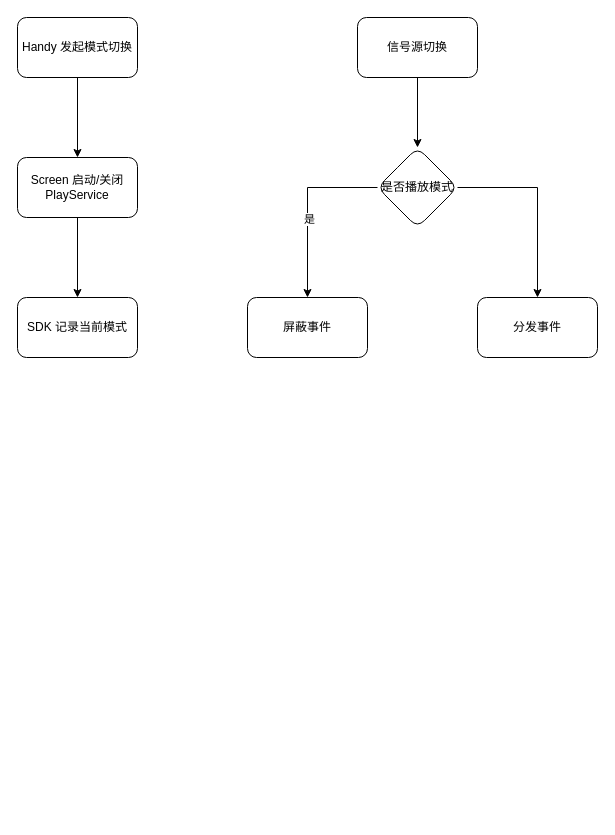
This is MeeBox模式切换.drawio from T-Oner/draw-io, a draw.io file, before an edit. Source tidied: cells renumbered, new cells numbered last; positions are measured from the earlier drawing's top-left corner, leaving out a move shared by most shapes. Both pictures are drawn from the tidied source at 100%, with x=0, y=0 at pixel (17, 17).
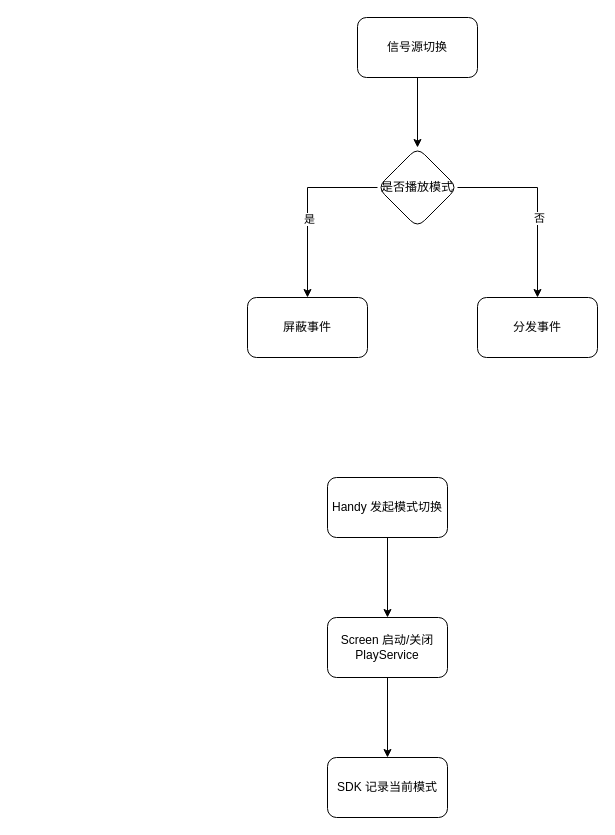
The same page after the edit.

Commit message:
更新MeeBox模式切换.drawio

Change to the diagram source:
```diff
@@
 <mxGraphModel>
   <root>
     <mxCell id="0" />
     <mxCell id="1" parent="0" />
     <mxCell id="2" style="edgeStyle=orthogonalEdgeStyle;rounded=0;jettySize=auto;html=1;" parent="1" edge="1" source="3" target="5">
       <mxGeometry relative="1" as="geometry" />
     </mxCell>
     <mxCell id="3" value="Handy 发起模式切换" style="rounded=1;whiteSpace=wrap;html=1;" parent="1" vertex="1">
-      <mxGeometry width="120" height="60" as="geometry" />
+      <mxGeometry x="310" y="460" width="120" height="60" as="geometry" />
     </mxCell>
     <mxCell id="4" style="edgeStyle=orthogonalEdgeStyle;rounded=0;jettySize=auto;html=1;" parent="1" edge="1" source="5" target="6">
       <mxGeometry relative="1" as="geometry" />
     </mxCell>
     <mxCell id="5" value="Screen 启动/关闭 PlayService" style="whiteSpace=wrap;html=1;rounded=1;" parent="1" vertex="1">
-      <mxGeometry y="140" width="120" height="60" as="geometry" />
+      <mxGeometry x="310" y="600" width="120" height="60" as="geometry" />
     </mxCell>
     <mxCell id="6" value="SDK 记录当前模式" style="whiteSpace=wrap;html=1;rounded=1;" parent="1" vertex="1">
-      <mxGeometry y="280" width="120" height="60" as="geometry" />
+      <mxGeometry x="310" y="740" width="120" height="60" as="geometry" />
     </mxCell>
     <mxCell id="7" style="edgeStyle=orthogonalEdgeStyle;rounded=0;jettySize=auto;html=1;" parent="1" edge="1" source="8" target="12">
       <mxGeometry relative="1" as="geometry" />
     </mxCell>
     <mxCell id="8" value="信号源切换" style="rounded=1;whiteSpace=wrap;html=1;" parent="1" vertex="1">
       <mxGeometry x="340" width="120" height="60" as="geometry" />
     </mxCell>
     <mxCell id="9" style="edgeStyle=orthogonalEdgeStyle;rounded=0;jettySize=auto;html=1;" parent="1" edge="1" source="12" target="13">
       <mxGeometry relative="1" as="geometry" />
     </mxCell>
     <mxCell id="10" value="是" style="edgeLabel;html=1;align=center;verticalAlign=middle;" parent="9" vertex="1">
       <mxGeometry x="0.12" y="1" relative="1" as="geometry" />
     </mxCell>
     <mxCell id="11" style="edgeStyle=orthogonalEdgeStyle;rounded=0;jettySize=auto;html=1;" parent="1" edge="1" source="12" target="14">
       <mxGeometry relative="1" as="geometry" />
     </mxCell>
+    <mxCell id="15" value="否" style="edgeLabel;html=1;align=center;verticalAlign=middle;" parent="11" vertex="1">
+      <mxGeometry x="0.15" y="1" relative="1" as="geometry">
+        <mxPoint y="1" as="offset" />
+      </mxGeometry>
+    </mxCell>
     <mxCell id="12" value="是否播放模式" style="rhombus;whiteSpace=wrap;html=1;rounded=1;" parent="1" vertex="1">
       <mxGeometry x="360" y="130" width="80" height="80" as="geometry" />
     </mxCell>
     <mxCell id="13" value="屏蔽事件" style="whiteSpace=wrap;html=1;rounded=1;" parent="1" vertex="1">
       <mxGeometry x="230" y="280" width="120" height="60" as="geometry" />
     </mxCell>
     <mxCell id="14" value="分发事件" style="whiteSpace=wrap;html=1;rounded=1;" parent="1" vertex="1">
       <mxGeometry x="460" y="280" width="120" height="60" as="geometry" />
     </mxCell>
   </root>
 </mxGraphModel>
```
